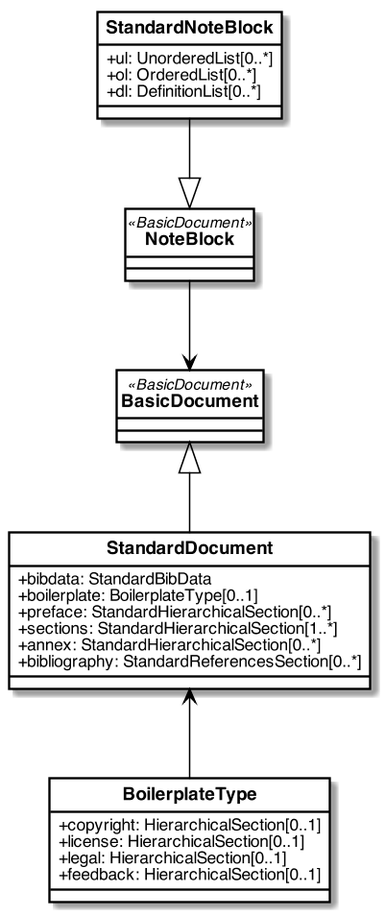
Above: standoc/images/StandardDoc_StandardDocument.png in metanorma/standoc-models (PlantUML), before the change.
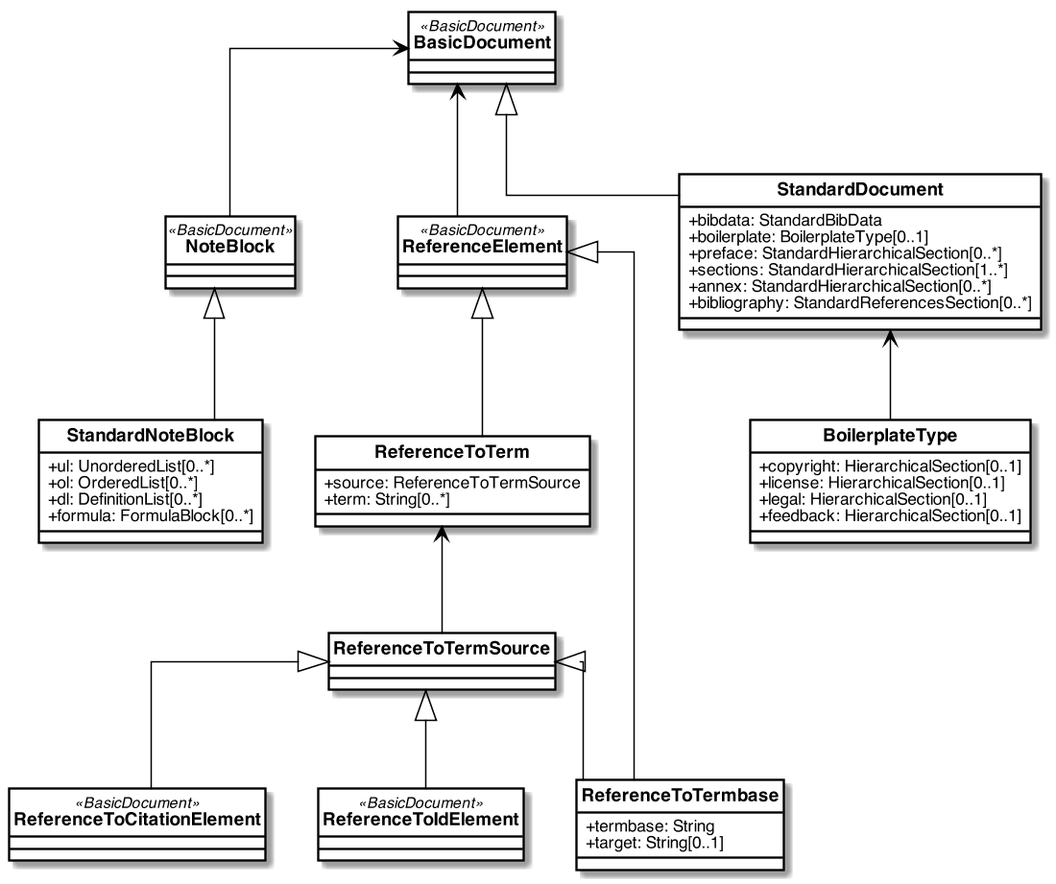
The same diagram one commit later.

Commit message:
concept: https://github.com/metanorma/metanorma-standoc/issues/154

The edit, as a diff of the source:
```diff
@@ -52,7 +52,27 @@
     +ul: UnorderedList[0..*]
     +ol: OrderedList[0..*]
     +dl: DefinitionList[0..*]
+    +formula: FormulaBlock[0..*]
 }
+
+class ReferenceElement <<BasicDocument>> {
+}
+
+class ReferenceToTerm {
+   +source: ReferenceToTermSource
+   +term: String[0..*]
+}
+
+class ReferenceToCitationElement <<BasicDocument>> {
+}
+class ReferenceToIdElement <<BasicDocument>> {
+}
+
+class ReferenceToTermbase {
+    +termbase: String
+    +target: String[0..1]
+}
+
 
 class StandardDocument {
     +bibdata: StandardBibData
@@ -71,9 +91,17 @@
 }
 
 
+
 BasicDocument <|-- StandardDocument
 StandardDocument <-- BoilerplateType
-NoteBlock --> BasicDocument
-StandardNoteBlock --|> NoteBlock
+BasicDocument <-- NoteBlock
+BasicDocument <-- ReferenceElement
+NoteBlock <|-- StandardNoteBlock
+ReferenceElement <|-- ReferenceToTerm
+ReferenceElement <|-- ReferenceToTermbase
+ReferenceToTerm <-- ReferenceToTermSource
+ReferenceToTermSource <|-- ReferenceToCitationElement
+ReferenceToTermSource <|-- ReferenceToIdElement
+ReferenceToTermSource <|-- ReferenceToTermbase
 
 @enduml
```
